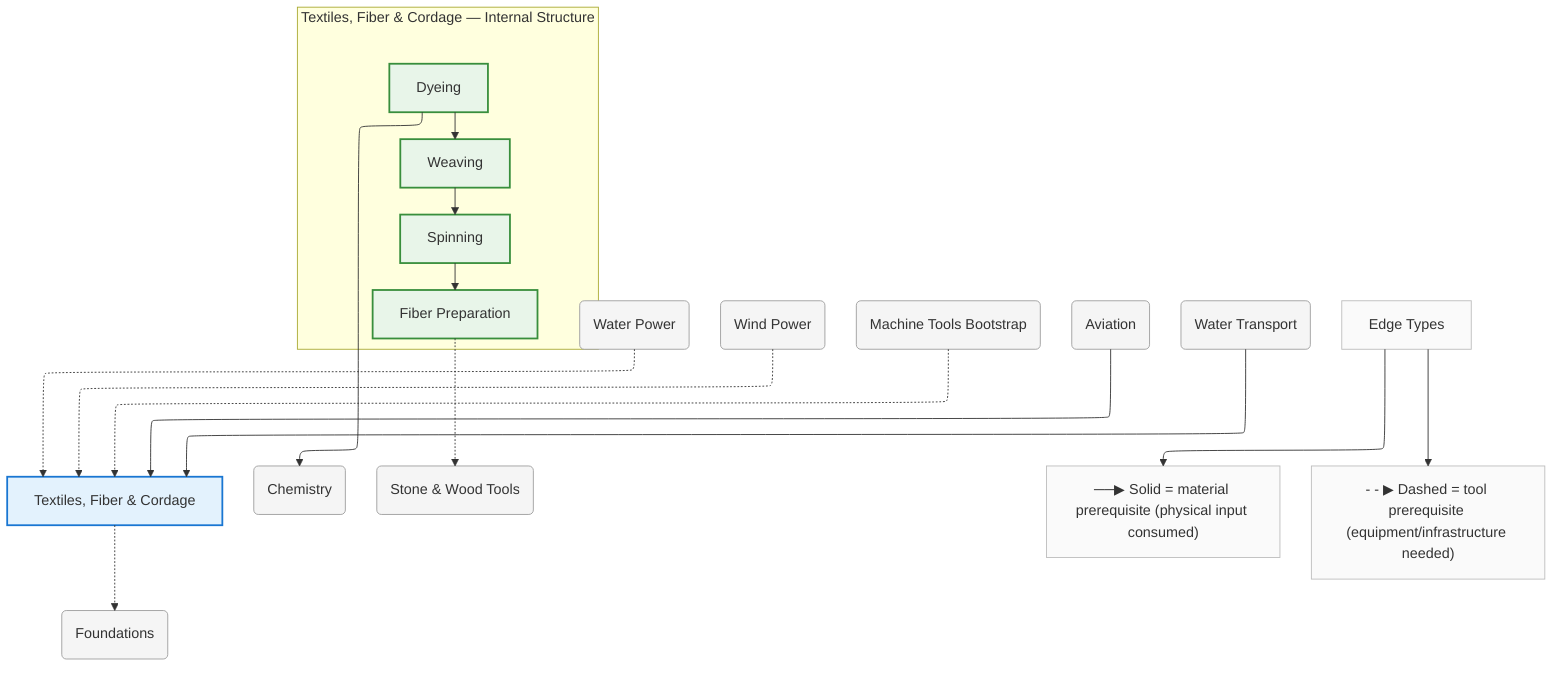
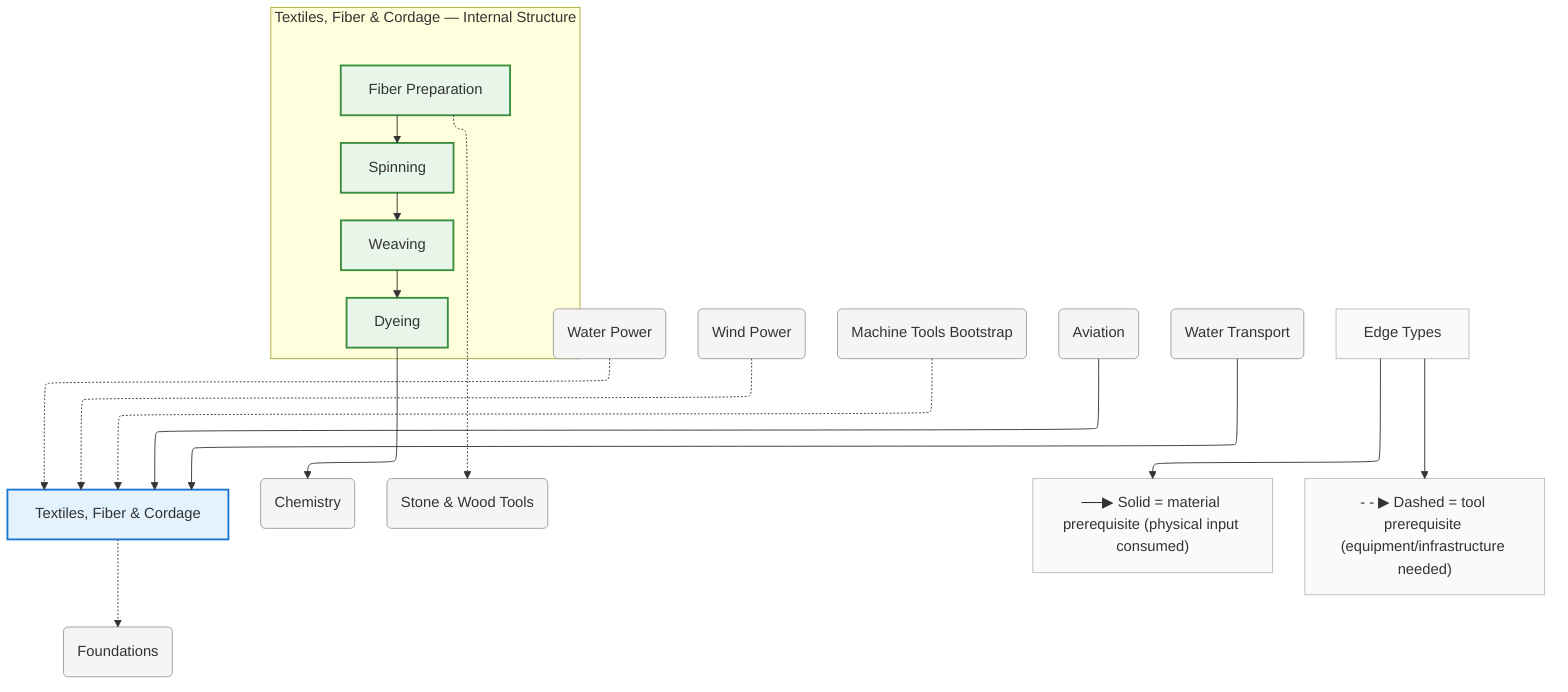
%%{init: {"flowchart": {"defaultRenderer": "elk", "htmlLabels": true}}}%%
graph TD
    %% Domain: Textiles, Fiber & Cordage

    %% ==================== INTERNAL NODES ====================
    subgraph textiles_internal ["Textiles, Fiber & Cordage — Internal Structure"]
        direction TB
        textiles_fibers["Fiber Preparation"]
        textiles_spinning["Spinning"]
        textiles_weaving["Weaving"]
        textiles_dyeing["Dyeing"]
    end

    %% ==================== DOMAIN NODE ====================
    textiles["Textiles, Fiber & Cordage"]

    %% ==================== EXTERNAL DEPENDENCIES ====================
    chemistry("Chemistry")
    energy_gravity("Water Power")
    energy_wind("Wind Power")
    foundations("Foundations")
    foundations_tools-basic("Stone & Wood Tools")
    machine-tools("Machine Tools Bootstrap")
    transport_aviation("Aviation")
    transport_shipping("Water Transport")

    %% ==================== EDGES ====================
-     textiles_spinning --> textiles_fibers
-     textiles_weaving --> textiles_spinning
-     textiles_dyeing --> textiles_weaving
+     textiles_fibers --> textiles_spinning
+     textiles_spinning --> textiles_weaving
+     textiles_weaving --> textiles_dyeing
    energy_gravity -.-> textiles
    energy_wind -.-> textiles
    machine-tools -.-> textiles
    textiles -.-> foundations
    transport_aviation --> textiles
    textiles_fibers -.-> foundations_tools-basic
    textiles_dyeing --> chemistry
    transport_shipping --> textiles

    %% ==================== EDGE TYPE LEGEND ====================
    EdgeLegend["Edge Types"]
    EdgeLegend --> MatNote["──▶ Solid = material prerequisite (physical input consumed)"]
    EdgeLegend --> ToolNote["- - ▶ Dashed = tool prerequisite (equipment/infrastructure needed)"]

    %% ==================== STYLING ====================
    classDef domain fill:#e3f2fd,stroke:#1976d2,stroke-width:2px
    classDef capability fill:#e8f5e9,stroke:#388e3c,stroke-width:2px
    classDef process fill:#fff3e0,stroke:#f57c00,stroke-width:2px
    classDef critical fill:#fff3e0,stroke:#f57c00,stroke-width:3px
    classDef earlyWin fill:#e8f5e9,stroke:#388e3c,stroke-width:3px
    classDef pinnacle fill:#fce4ec,stroke:#c62828,stroke-width:3px
    classDef external fill:#f5f5f5,stroke:#9e9e9e,stroke-width:1px
    classDef legend fill:#fafafa,stroke:#bdbdbd,stroke-width:1px
    class textiles domain
    class textiles_fibers capability
    class textiles_spinning capability
    class textiles_weaving capability
    class textiles_dyeing capability
    class chemistry external
    class energy_gravity external
    class energy_wind external
    class foundations external
    class foundations_tools-basic external
    class machine-tools external
    class transport_aviation external
    class transport_shipping external
    class EdgeLegend,MatNote,ToolNote legend
